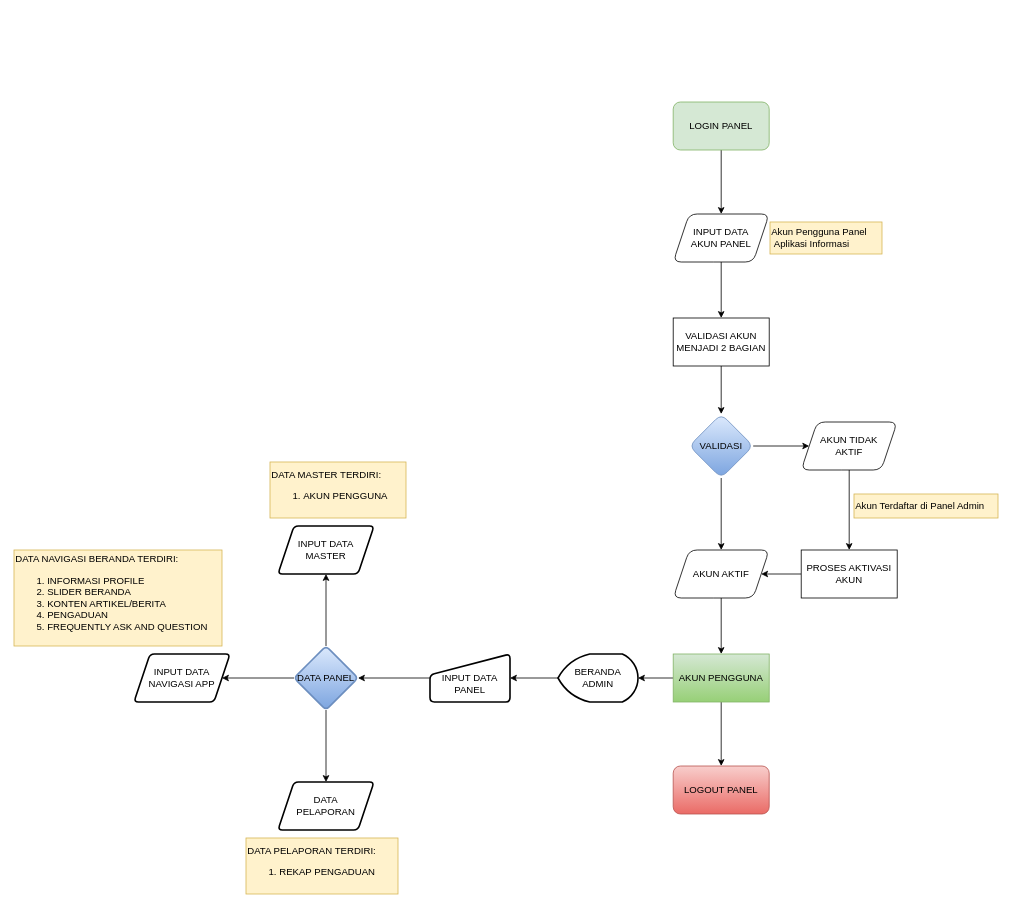
redhorivai/app-web-organisasi-muhammadyah keeps this draw.io diagram as AppInfo.drawio. Above is the earlier version. Source tidied: cells renumbered, new cells numbered last; positions are measured from the earlier drawing's top-left corner, leaving out a move shared by most shapes. Both pictures are drawn from the tidied source at 80%, with x=0, y=0 at pixel (14, 102).
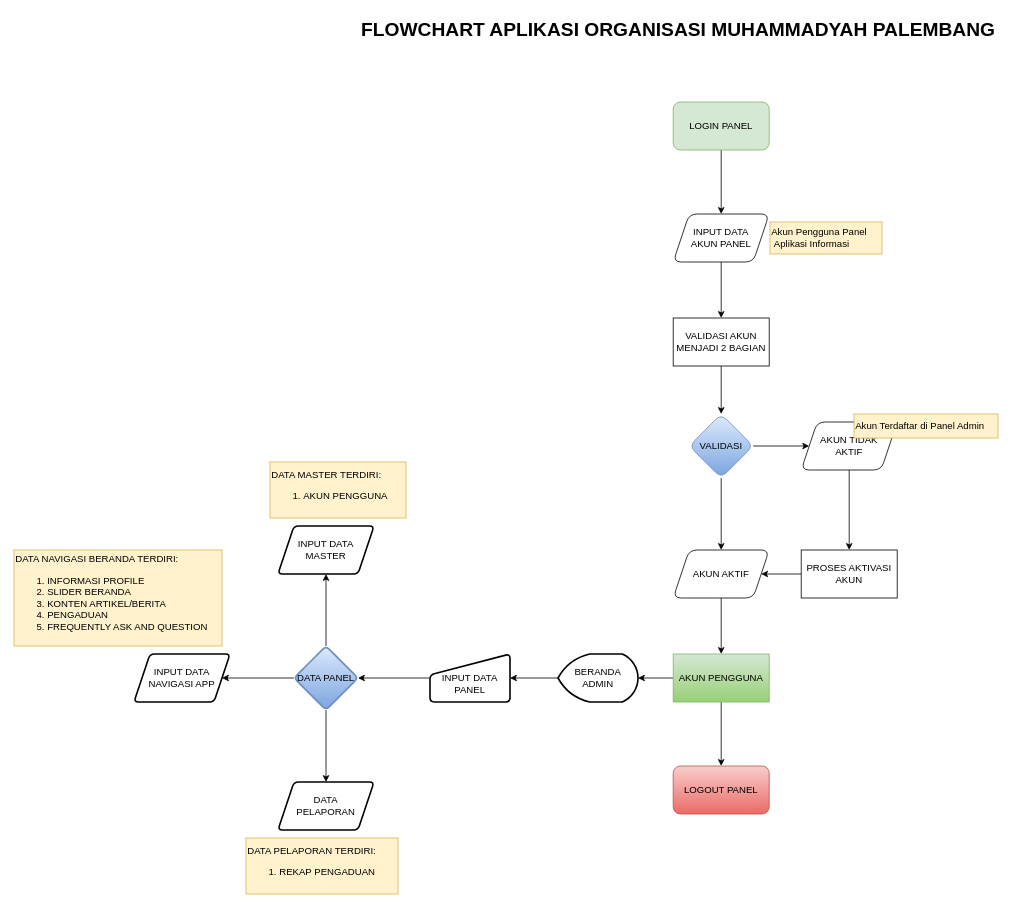
After the change.

The edit, as a diff of the source:
```diff
@@
     <mxCell id="36" value="Akun Terdaftar di Panel Admin" style="text;html=1;align=left;verticalAlign=middle;strokeColor=#d6b656;fillColor=#fff2cc;" parent="1" vertex="1">
-      <mxGeometry x="1050" y="490" width="180" height="30" as="geometry" />
+      <mxGeometry x="1050" y="390" width="180" height="30" as="geometry" />
     </mxCell>
+    <mxCell id="37" value="&lt;b&gt;&lt;font style=&quot;font-size: 24px;&quot;&gt;FLOWCHART APLIKASI ORGANISASI MUHAMMADYAH PALEMBANG&lt;/font&gt;&lt;/b&gt;" style="text;html=1;align=center;verticalAlign=middle;strokeColor=none;fillColor=none;" parent="1" vertex="1">
+      <mxGeometry x="420" y="-110" width="820" height="40" as="geometry" />
+    </mxCell>
```
